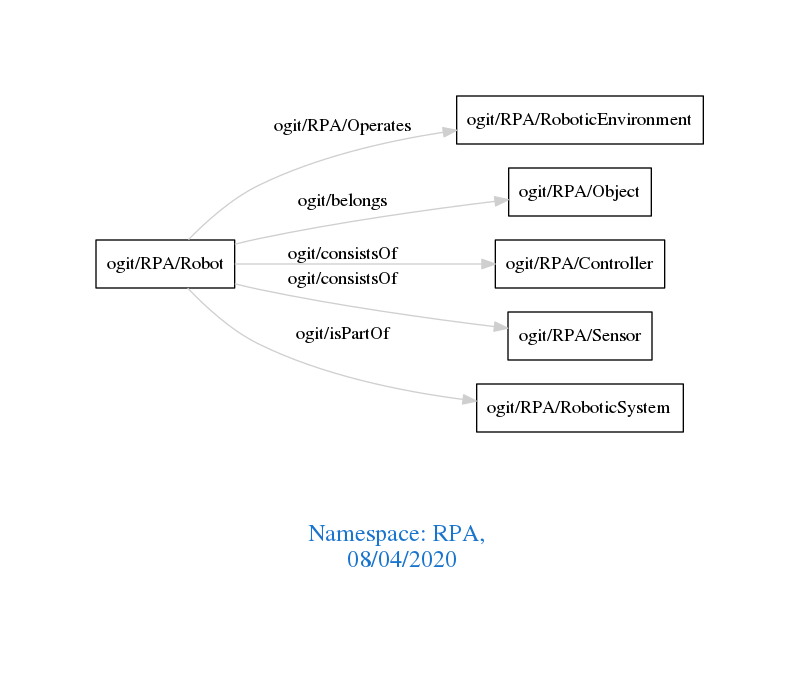
This is downloads/RPA.png from arago/OGIT, a Graphviz export, as it was before one commit. Its source is kept beside it as downloads/RPA.dot.
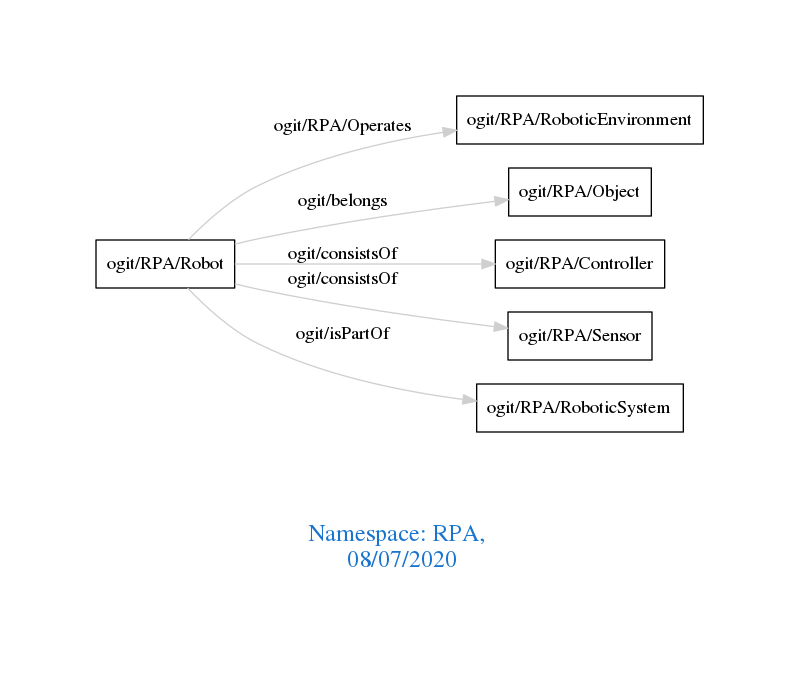
After the commit.

Change to the diagram source:
```diff
@@ -1,7 +1,7 @@
 digraph OGIT_ontology {
  graph [ rankdir= LR,pad=1
 fontsize = 18,
-fontcolor= dodgerblue3,label = "\n\n\nNamespace: RPA, \n 08/04/2020"];
+fontcolor= dodgerblue3,label = "\n\n\nNamespace: RPA, \n 08/07/2020"];
 node[shape=polygon];
 edge [  color="gray81"];
 
```
